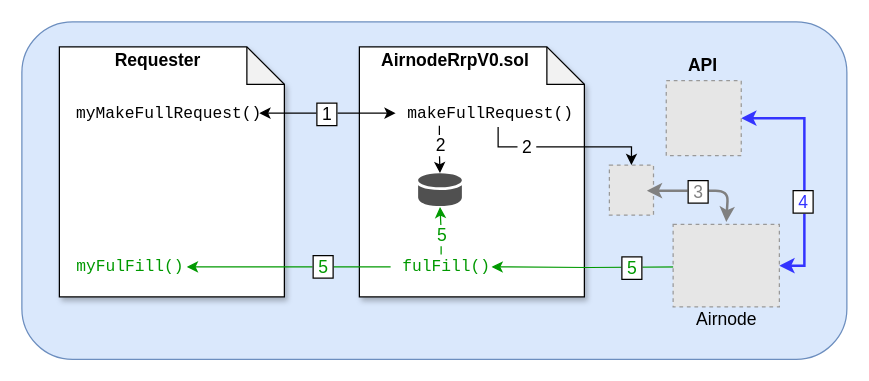
This is docs/reference/airnode/latest/assets/diagrams/concepts-request.drawio from api3dao/vitepress-docs, a draw.io file, before an edit. Source tidied: cells renumbered, new cells numbered last; positions are measured from the earlier drawing's top-left corner, leaving out a move shared by most shapes. Both pictures are drawn from the tidied source at 125%, with x=0, y=0 at pixel (21, 21). Pictures stored in the file or linked from it are replaced by grey dashed boxes.
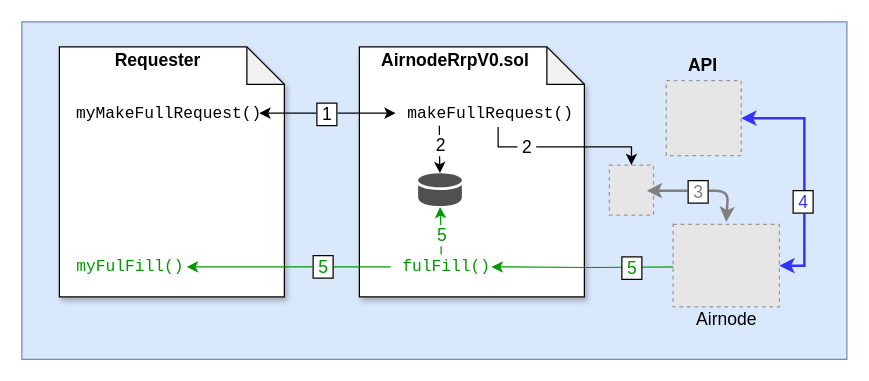
Above is the later version.

The edit, as a diff of the source:
```diff
@@
-    <mxCell id="2" style="rounded=1;whiteSpace=wrap;html=1;fillColor=#dae8fc;strokeColor=#6c8ebf;" parent="1" vertex="1">
+    <mxCell id="2" style="rounded=0;whiteSpace=wrap;html=1;fillColor=#dae8fc;strokeColor=#6c8ebf;" parent="1" vertex="1">
       <mxGeometry width="660" height="270" as="geometry" />
     </mxCell>
```
